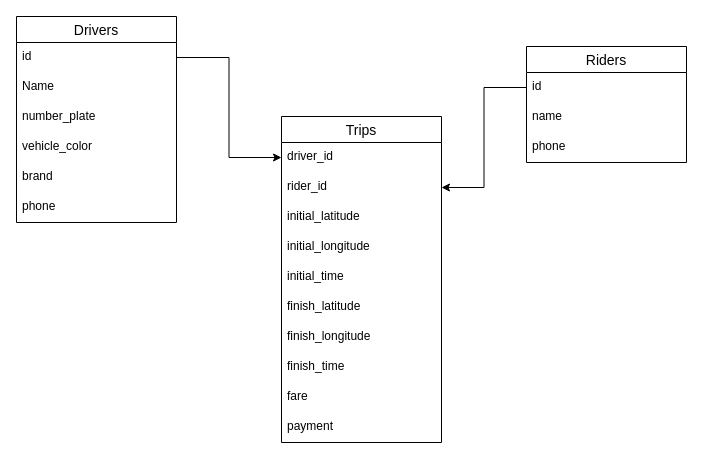
Above: app_ride-hailing.drawio in Regniek/app_ride-hailing (draw.io), before the change. Source tidied: cells renumbered, new cells numbered last; positions are measured from the earlier drawing's top-left corner, leaving out a move shared by most shapes. Both pictures are drawn from the tidied source at 100%, with x=0, y=0 at pixel (16, 16).
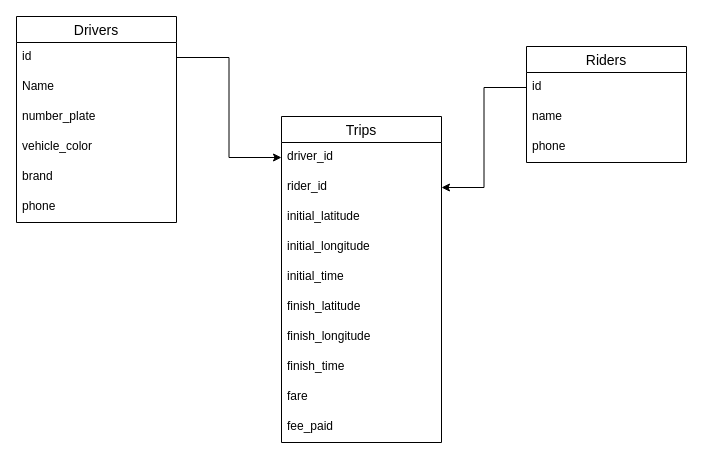
Above is the later version.

Unchanged cells that the change refers to:
```xml
<mxCell id="9" value="Trips" style="swimlane;fontStyle=0;horizontal=1;startSize=26;align=center;fontSize=14;" parent="1" vertex="1">
  <mxGeometry x="265" y="100" width="160" height="326" as="geometry" />
</mxCell>
```

Change to the diagram source:
```diff
@@
-    <mxCell id="19" value="payment" style="text;strokeColor=none;fillColor=none;spacingLeft=4;spacingRight=4;overflow=hidden;fontSize=12;" parent="9" vertex="1">
+    <mxCell id="19" value="fee_paid" style="text;strokeColor=none;fillColor=none;spacingLeft=4;spacingRight=4;overflow=hidden;fontSize=12;" parent="9" vertex="1">
       <mxGeometry y="296" width="160" height="30" as="geometry" />
     </mxCell>
```
